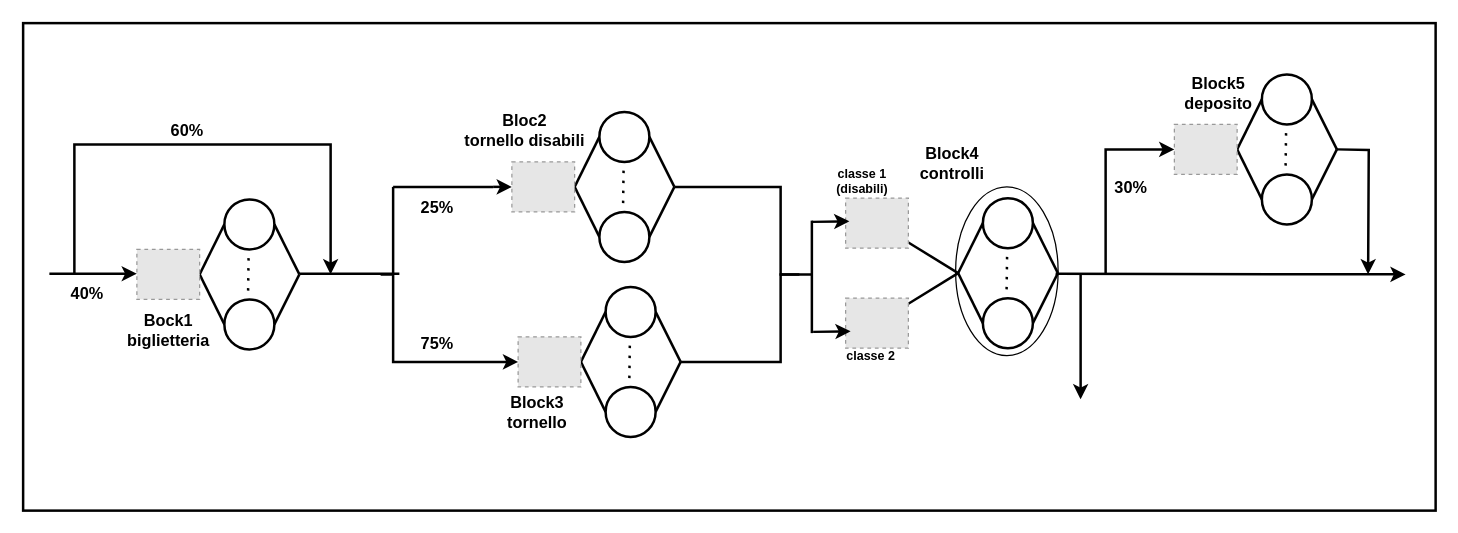
Before: DisneyWorldMigliorativo/conc_model2.drawio in EnricoDAlessandro97UNI/DisneyWorld, a draw.io diagram. Source tidied: cells renumbered, new cells numbered last; positions are measured from the earlier drawing's top-left corner, leaving out a move shared by most shapes. Both pictures are drawn from the tidied source at 125%, with x=0, y=0 at pixel (22, 22). Pictures stored in the file or linked from it are replaced by grey dashed boxes.
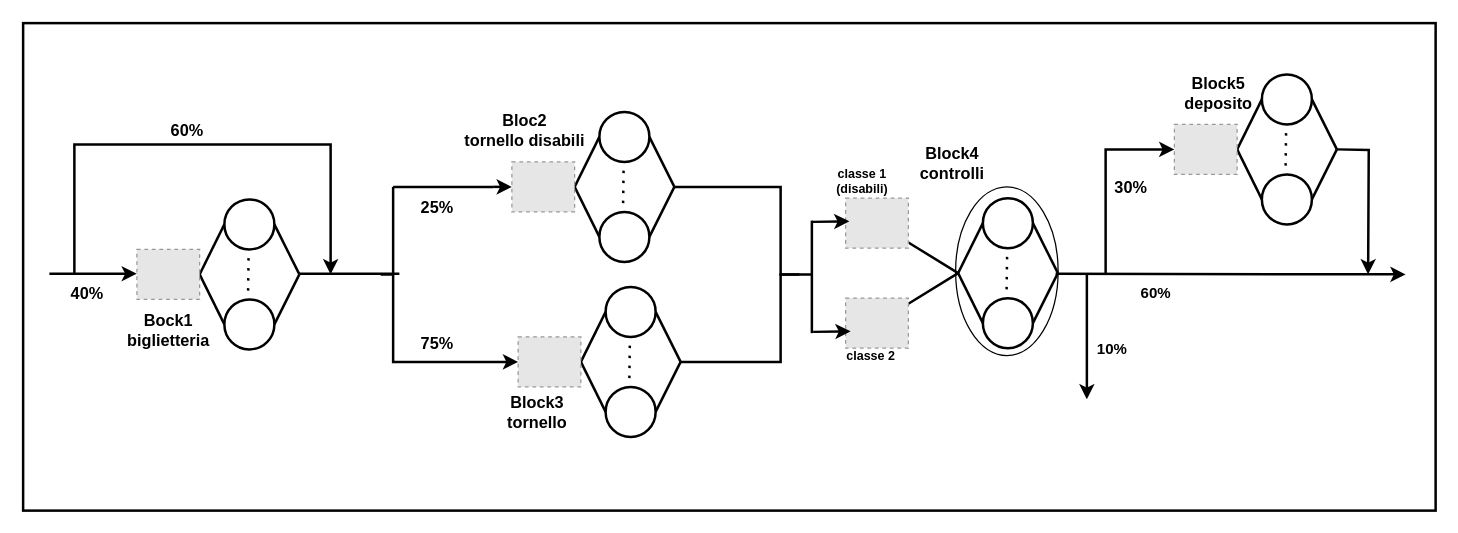
Above is the later version.

What changed in the source:
```diff
@@
     <mxCell id="33" style="endArrow=classic;html=1;rounded=0;strokeWidth=2;fontSize=13;fontStyle=1;" parent="1" edge="1">
       <mxGeometry relative="1" as="geometry">
-        <mxPoint x="846" y="201" as="sourcePoint" />
-        <mxPoint x="846" y="301" as="targetPoint" />
+        <mxPoint x="851" y="201" as="sourcePoint" />
+        <mxPoint x="851" y="301" as="targetPoint" />
       </mxGeometry>
     </mxCell>
@@
+    <mxCell id="79" value="10%" style="text;html=1;align=center;verticalAlign=middle;strokeColor=none;fillColor=none;strokeWidth=1;fontStyle=1;" parent="1" vertex="1">
+      <mxGeometry x="846" y="246" width="50" height="30" as="geometry" />
+    </mxCell>
+    <mxCell id="80" value="60%" style="text;html=1;align=center;verticalAlign=middle;strokeColor=none;fillColor=none;strokeWidth=1;fontStyle=1;" parent="1" vertex="1">
+      <mxGeometry x="881" y="201" width="50" height="30" as="geometry" />
+    </mxCell>
```
